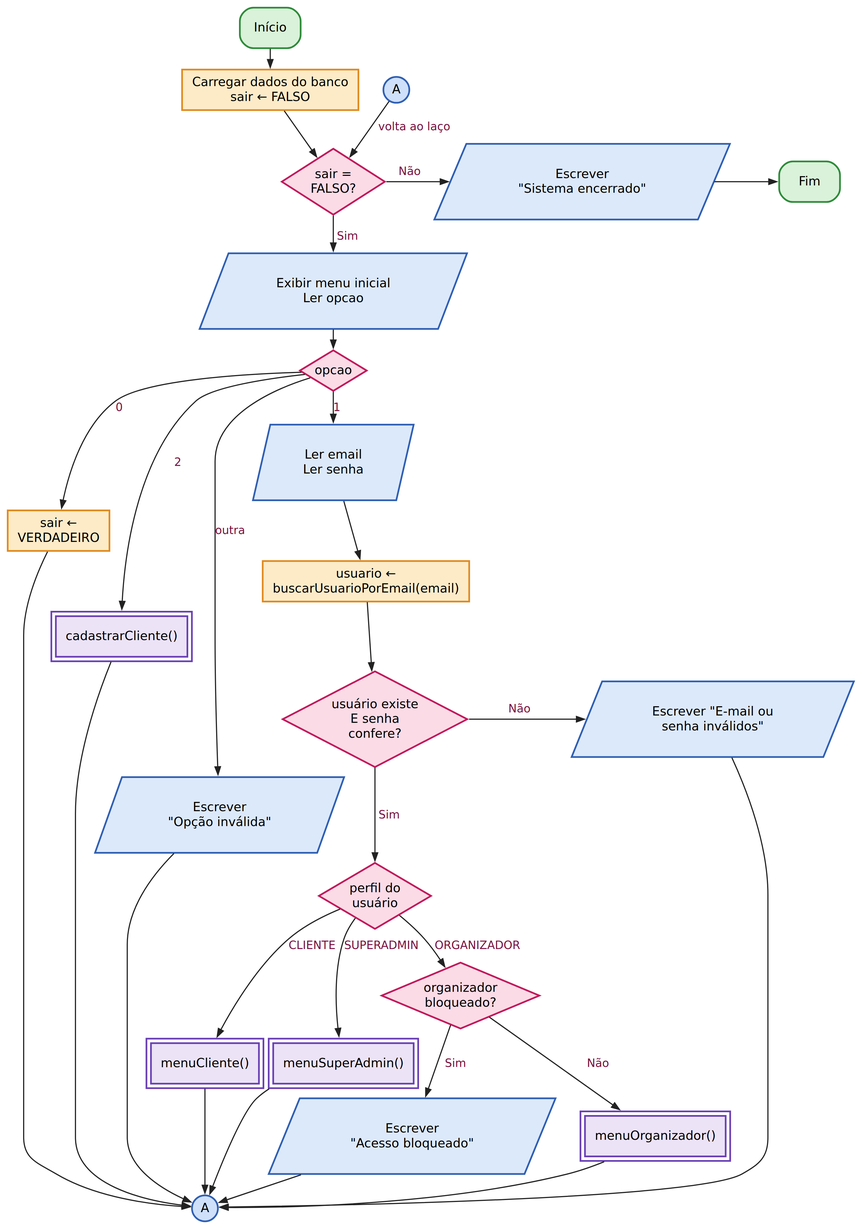
HenriqueSHA/Ticket-System keeps this Graphviz diagram as projeto-refatorado/documentos/relatorio/fluxogramas/01-programa-principal.png. Above is the earlier version. Its source is kept beside it as projeto-refatorado/documentos/relatorio/fluxogramas/fonte/01-programa-principal.dot. Source of this version:
```dot
  I   [class=term label="Início"]
  C   [class=proc label="Carregar dados do banco\nsair ← FALSO"]
  L   [class=dec  label="sair =\nFALSO?"]
  E   [class=io   label="Escrever\n\"Sistema encerrado\""]
  F   [class=term label="Fim"]
  M   [class=io   label="Exibir menu inicial\nLer opcao"]
  O   [class=dec  label="opcao"]
  S   [class=proc label="sair ←\nVERDADEIRO"]
  CC  [class=sub  label="cadastrarCliente()"]
  INV [class=io   label="Escrever\n\"Opção inválida\""]
  LG  [class=io   label="Ler email\nLer senha"]
  B   [class=proc label="usuario ←\nbuscarUsuarioPorEmail(email)"]
  V   [class=dec  label="usuário existe\nE senha\nconfere?"]
  ERR [class=io   label="Escrever \"E-mail ou\nsenha inválidos\""]
  P   [class=dec  label="perfil do\nusuário"]
  MC  [class=sub  label="menuCliente()"]
  MS  [class=sub  label="menuSuperAdmin()"]
  BL  [class=dec  label="organizador\nbloqueado?"]
  AB  [class=io   label="Escrever\n\"Acesso bloqueado\""]
  MO  [class=sub  label="menuOrganizador()"]
  A   [class=con  label="A"]
  A2  [class=con  label="A"]

  I -> C -> L
  L -> M  [label=" Sim" weight=10]
  L -> E  [label="Não"]
  E -> F
  {rank=same; L; E}
  {rank=same; E; F}
  M -> O
  O -> S   [label="0"]
  O -> CC  [label="2"]
  O -> INV [label="outra"]
  O -> LG  [label="1" weight=10]
  LG -> B -> V
  V -> P   [label=" Sim" weight=10]
  V -> ERR [label="Não"]
  {rank=same; V; ERR}
  P -> MC  [label="CLIENTE"]
  P -> MS  [label="SUPERADMIN"]
  P -> BL  [label="ORGANIZADOR"]
  BL -> AB [label="Sim"]
  BL -> MO [label="Não"]
  S -> A; CC -> A; INV -> A; ERR -> A; MC -> A; MS -> A; AB -> A; MO -> A
  A2 -> L [label=" volta ao laço"]
  {rank=same; A2; C}
```
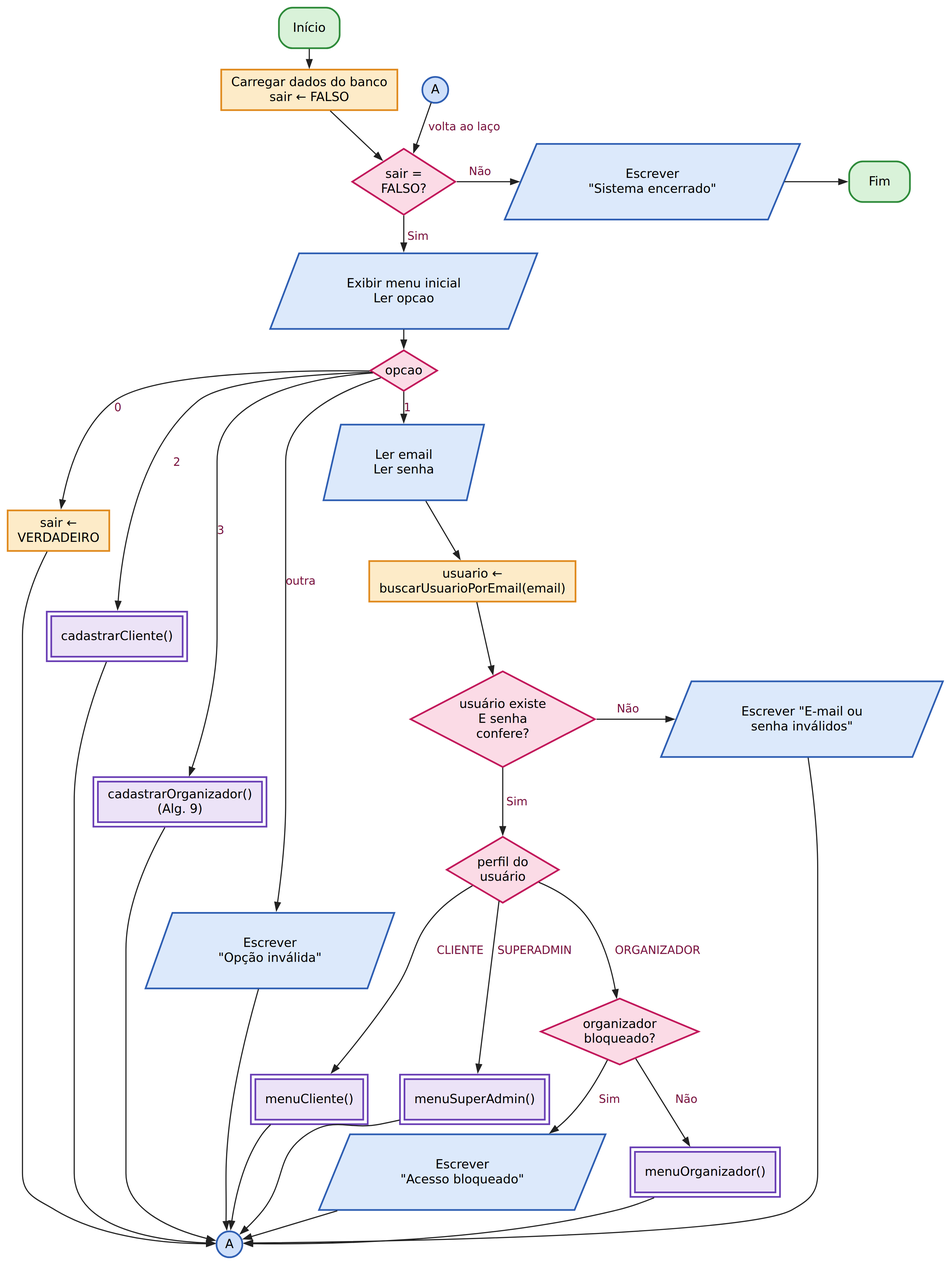
After the change.

The edit, as a diff of the source:
```diff
@@ -7,6 +7,7 @@
   O   [class=dec  label="opcao"]
   S   [class=proc label="sair ←\nVERDADEIRO"]
   CC  [class=sub  label="cadastrarCliente()"]
+  CO  [class=sub  label="cadastrarOrganizador()\n(Alg. 9)"]
   INV [class=io   label="Escrever\n\"Opção inválida\""]
   LG  [class=io   label="Ler email\nLer senha"]
   B   [class=proc label="usuario ←\nbuscarUsuarioPorEmail(email)"]
@@ -30,6 +31,7 @@
   M -> O
   O -> S   [label="0"]
   O -> CC  [label="2"]
+  O -> CO  [label="3"]
   O -> INV [label="outra"]
   O -> LG  [label="1" weight=10]
   LG -> B -> V
@@ -41,6 +43,6 @@
   P -> BL  [label="ORGANIZADOR"]
   BL -> AB [label="Sim"]
   BL -> MO [label="Não"]
-  S -> A; CC -> A; INV -> A; ERR -> A; MC -> A; MS -> A; AB -> A; MO -> A
+  S -> A; CC -> A; CO -> A; INV -> A; ERR -> A; MC -> A; MS -> A; AB -> A; MO -> A
   A2 -> L [label=" volta ao laço"]
   {rank=same; A2; C}
```
